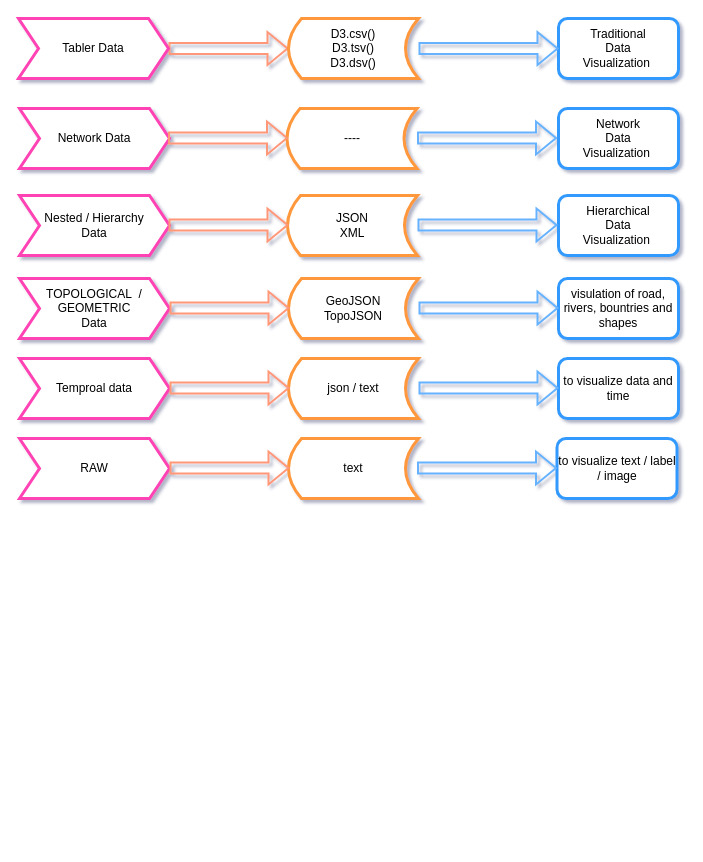
Earlier version of the draw.io diagram page "Type of Data Visualization" (5 of 6) of My Articles/d3/D3 Understanding.drawio (anbarasan-raji/books). Source tidied: cells renumbered, new cells numbered last; positions are measured from the earlier drawing's top-left corner, leaving out a move shared by most shapes. Both pictures are drawn from the tidied source at 100%, with x=0, y=0 at pixel (18, 18).
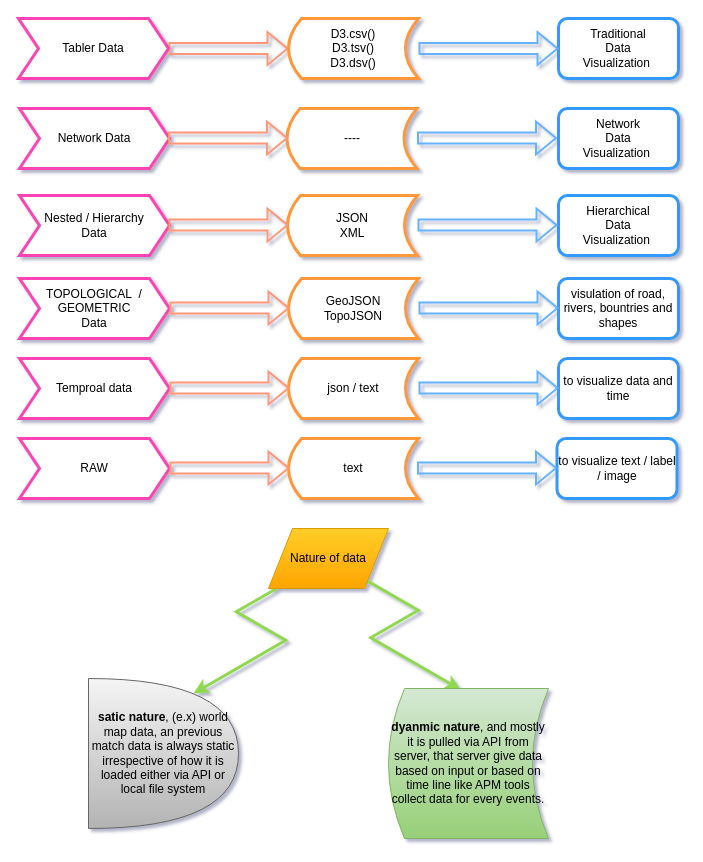
The same diagram, later.

Diff of the diagram source:
```diff
@@
+    <mxCell id="32" style="edgeStyle=isometricEdgeStyle;rounded=0;jettySize=auto;html=1;entryX=0.7;entryY=0.1;entryDx=0;entryDy=0;entryPerimeter=0;strokeColor=#90D950;strokeWidth=3;" parent="1" edge="1" source="34" target="35">
+      <mxGeometry relative="1" as="geometry" />
+    </mxCell>
+    <mxCell id="33" style="edgeStyle=isometricEdgeStyle;rounded=0;jettySize=auto;html=1;entryX=0.45;entryY=0.007;entryDx=0;entryDy=0;entryPerimeter=0;strokeColor=#90D950;strokeWidth=3;elbow=vertical;" parent="1" edge="1" source="34" target="36">
+      <mxGeometry relative="1" as="geometry" />
+    </mxCell>
+    <mxCell id="34" value="Nature of data" style="shape=parallelogram;perimeter=parallelogramPerimeter;whiteSpace=wrap;html=1;gradientColor=#ffa500;fillColor=#ffcd28;strokeColor=#d79b00;" parent="1" vertex="1">
+      <mxGeometry x="250" y="510" width="120" height="60" as="geometry" />
+    </mxCell>
+    <mxCell id="35" value="&lt;b&gt;satic nature&lt;/b&gt;, (e.x) world map data, an previous match data is always static irrespective of how it is loaded either via API or local file system" style="shape=or;whiteSpace=wrap;html=1;gradientColor=#b3b3b3;fillColor=#f5f5f5;strokeColor=#666666;" parent="1" vertex="1">
+      <mxGeometry x="70" y="660" width="150" height="150" as="geometry" />
+    </mxCell>
+    <mxCell id="36" value="&lt;b&gt;dyanmic nature&lt;/b&gt;, and mostly it is pulled via API from server, that server give data based on input or based on time line like APM tools collect data for every events." style="shape=dataStorage;whiteSpace=wrap;html=1;gradientColor=#97d077;fillColor=#d5e8d4;strokeColor=#82b366;" parent="1" vertex="1">
+      <mxGeometry x="370" y="670" width="160" height="150" as="geometry" />
+    </mxCell>
```
